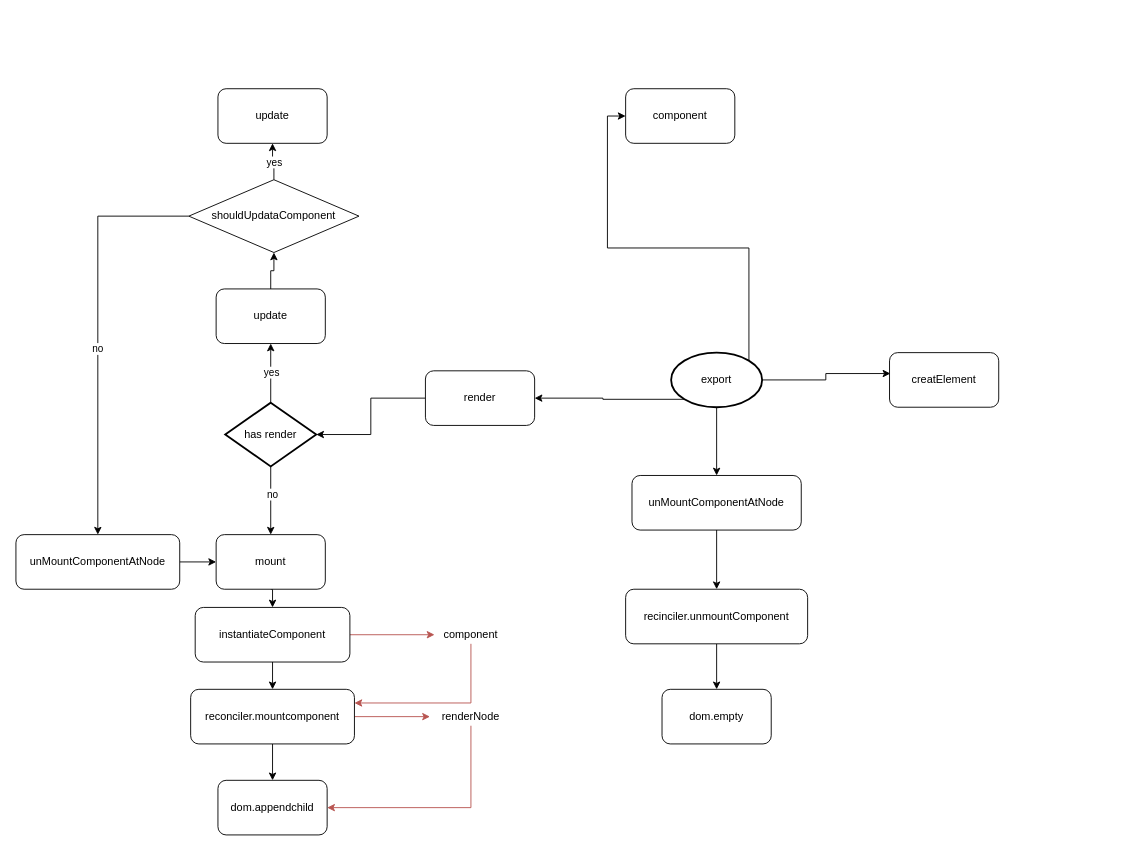
Immanding/instanceTimeline keeps this draw.io diagram as Untitled Diagram.drawio. Above is the earlier version. Source tidied: cells renumbered, new cells numbered last; positions are measured from the earlier drawing's top-left corner, leaving out a move shared by most shapes. Both pictures are drawn from the tidied source at 91%, with x=0, y=0 at pixel (15, 88).
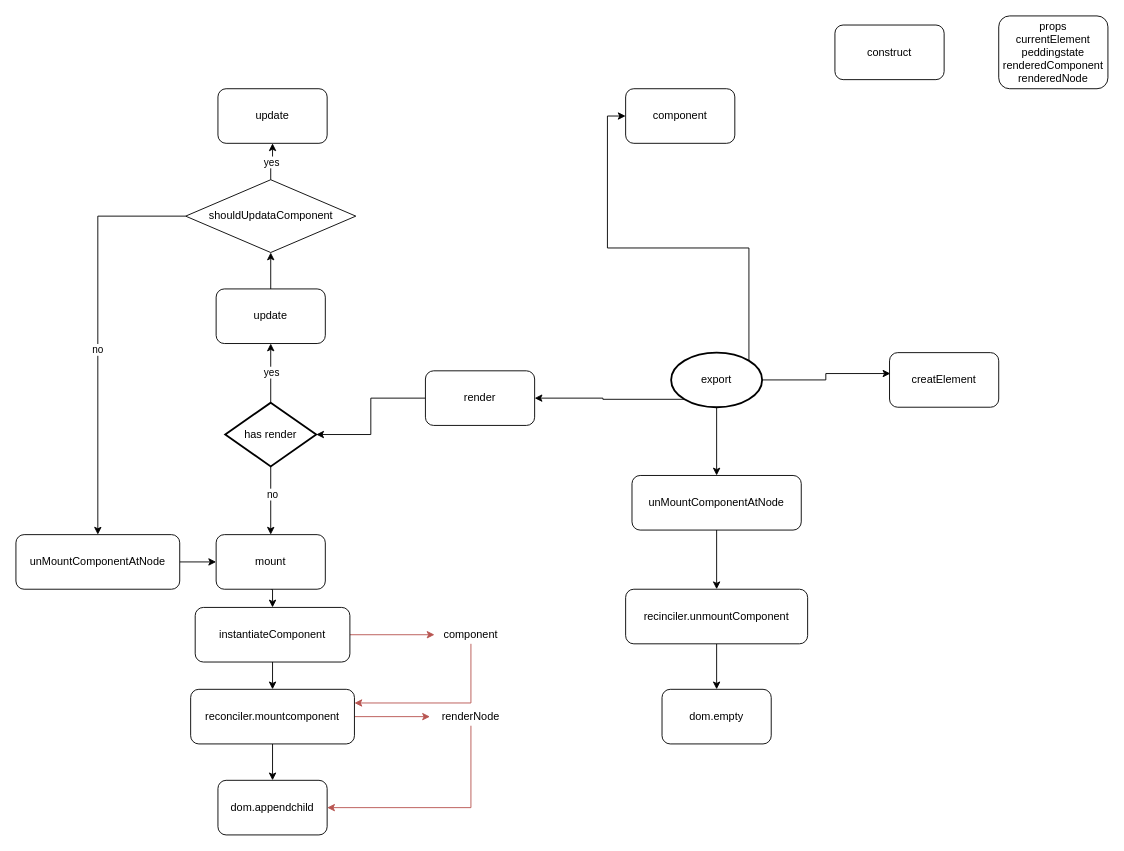
The same page after the edit.

What changed in the source:
```diff
@@
     <mxCell id="37" value="shouldUpdataComponent" style="rhombus;whiteSpace=wrap;html=1;" parent="1" vertex="1">
-      <mxGeometry x="190" y="100" width="187" height="80" as="geometry" />
+      <mxGeometry x="186.5" y="100" width="187" height="80" as="geometry" />
     </mxCell>
@@
+    <mxCell id="44" value="construct" style="rounded=1;whiteSpace=wrap;html=1;" parent="1" vertex="1">
+      <mxGeometry x="900" y="-70" width="120" height="60" as="geometry" />
+    </mxCell>
+    <mxCell id="45" value="props&lt;br&gt;currentElement&lt;br&gt;peddingstate&lt;br&gt;renderedComponent&lt;br&gt;renderedNode&lt;br&gt;" style="rounded=1;whiteSpace=wrap;html=1;" parent="1" vertex="1">
+      <mxGeometry x="1080" y="-80" width="120" height="80" as="geometry" />
+    </mxCell>
```
